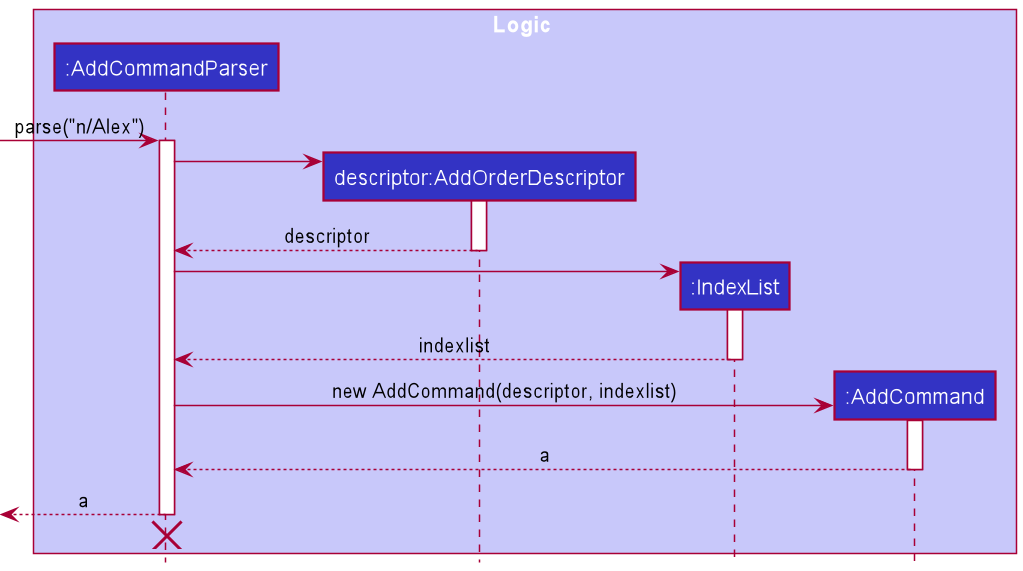
This is docs/images/AddParserSequenceDiagram.png from nus-cs2103-AY2021S2/tp, a PlantUML export, as it was before one commit.
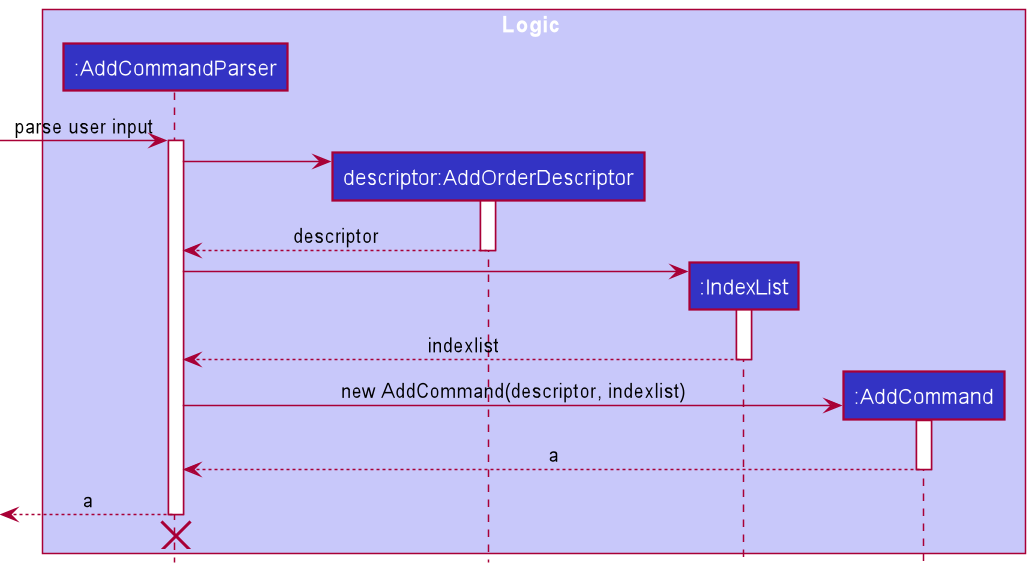
The same file after the commit.

The edit, as a diff of the source:
```diff
@@ -8,8 +8,7 @@
 participant ":AddCommand" as AddCommand LOGIC_COLOR
 end box
 
-
-[-> AddCommandParser : parse("n/Alex")
+[-> AddCommandParser : parse user input
 activate AddCommandParser
 
 create AddOrderDescriptor
```
